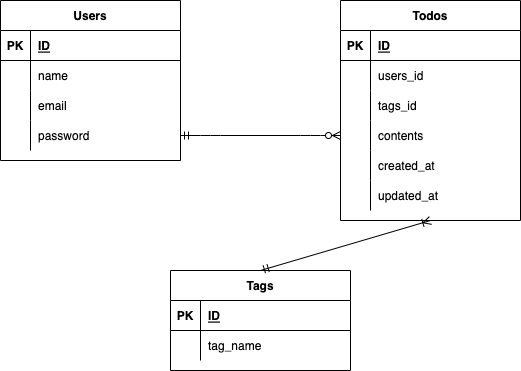
Earlier version of the draw.io export index.drawio.png (kubo-haruka/laravel_test2). Source tidied: cells renumbered, new cells last; positions are measured from the earlier drawing's top-left corner, leaving out a move shared by most shapes.
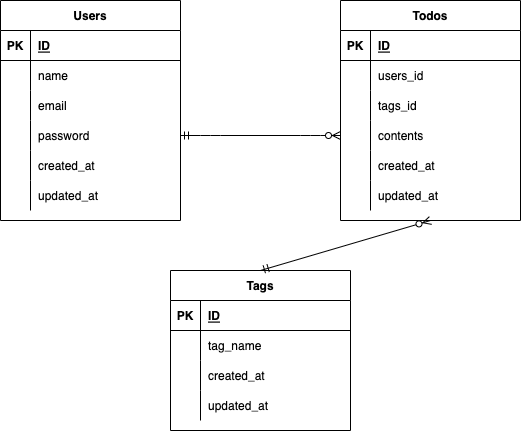
Above is the later version.

Commit message:
作成日_更新日追加

Diff of the diagram source:
```diff
@@ -3,7 +3,7 @@
     <mxCell id="0" />
     <mxCell id="1" parent="0" />
     <mxCell id="2" value="Users" style="shape=table;startSize=30;rowLines=0;fontStyle=1;align=center;" parent="1" vertex="1">
-      <mxGeometry width="180" height="160" as="geometry" />
+      <mxGeometry width="180" height="220" as="geometry" />
     </mxCell>
     <mxCell id="3" style="shape=partialRectangle;fillColor=none;top=0;left=0;bottom=1;right=0;" parent="2" vertex="1">
       <mxGeometry y="30" width="180" height="30" as="geometry" />
@@ -41,6 +41,24 @@
     <mxCell id="14" value="password" style="shape=partialRectangle;fillColor=none;top=0;left=0;bottom=0;right=0;align=left;spacingLeft=6;overflow=hidden;" parent="12" vertex="1">
       <mxGeometry x="30" width="150" height="30" as="geometry" />
     </mxCell>
+    <mxCell id="43" style="shape=partialRectangle;fillColor=none;top=0;left=0;bottom=0;right=0;" parent="2" vertex="1">
+      <mxGeometry y="150" width="180" height="30" as="geometry" />
+    </mxCell>
+    <mxCell id="44" style="shape=partialRectangle;fillColor=none;top=0;left=0;bottom=0;right=0;overflow=hidden;" parent="43" vertex="1">
+      <mxGeometry width="30" height="30" as="geometry" />
+    </mxCell>
+    <mxCell id="45" value="created_at" style="shape=partialRectangle;fillColor=none;top=0;left=0;bottom=0;right=0;align=left;spacingLeft=6;overflow=hidden;" parent="43" vertex="1">
+      <mxGeometry x="30" width="150" height="30" as="geometry" />
+    </mxCell>
+    <mxCell id="46" style="shape=partialRectangle;fillColor=none;top=0;left=0;bottom=0;right=0;" parent="2" vertex="1">
+      <mxGeometry y="180" width="180" height="30" as="geometry" />
+    </mxCell>
+    <mxCell id="47" style="shape=partialRectangle;fillColor=none;top=0;left=0;bottom=0;right=0;overflow=hidden;" parent="46" vertex="1">
+      <mxGeometry width="30" height="30" as="geometry" />
+    </mxCell>
+    <mxCell id="48" value="updated_at" style="shape=partialRectangle;fillColor=none;top=0;left=0;bottom=0;right=0;align=left;spacingLeft=6;overflow=hidden;" parent="46" vertex="1">
+      <mxGeometry x="30" width="150" height="30" as="geometry" />
+    </mxCell>
     <mxCell id="15" value="Todos" style="shape=table;startSize=30;rowLines=0;fontStyle=1;align=center;" parent="1" vertex="1">
       <mxGeometry x="340" width="180" height="220" as="geometry" />
     </mxCell>
@@ -99,7 +117,7 @@
       <mxGeometry x="30" width="150" height="30" as="geometry" />
     </mxCell>
     <mxCell id="34" value="Tags" style="shape=table;startSize=30;rowLines=0;fontStyle=1;align=center;" parent="1" vertex="1">
-      <mxGeometry x="170" y="270" width="180" height="100" as="geometry" />
+      <mxGeometry x="170" y="270" width="180" height="160" as="geometry" />
     </mxCell>
     <mxCell id="35" style="shape=partialRectangle;fillColor=none;top=0;left=0;bottom=1;right=0;" parent="34" vertex="1">
       <mxGeometry y="30" width="180" height="30" as="geometry" />
@@ -119,10 +137,28 @@
     <mxCell id="40" value="tag_name" style="shape=partialRectangle;fillColor=none;top=0;left=0;bottom=0;right=0;align=left;spacingLeft=6;overflow=hidden;" parent="38" vertex="1">
       <mxGeometry x="30" width="150" height="30" as="geometry" />
     </mxCell>
+    <mxCell id="49" style="shape=partialRectangle;fillColor=none;top=0;left=0;bottom=0;right=0;" parent="34" vertex="1">
+      <mxGeometry y="90" width="180" height="30" as="geometry" />
+    </mxCell>
+    <mxCell id="50" style="shape=partialRectangle;fillColor=none;top=0;left=0;bottom=0;right=0;overflow=hidden;" parent="49" vertex="1">
+      <mxGeometry width="30" height="30" as="geometry" />
+    </mxCell>
+    <mxCell id="51" value="created_at" style="shape=partialRectangle;fillColor=none;top=0;left=0;bottom=0;right=0;align=left;spacingLeft=6;overflow=hidden;" parent="49" vertex="1">
+      <mxGeometry x="30" width="150" height="30" as="geometry" />
+    </mxCell>
+    <mxCell id="52" style="shape=partialRectangle;fillColor=none;top=0;left=0;bottom=0;right=0;" parent="34" vertex="1">
+      <mxGeometry y="120" width="180" height="30" as="geometry" />
+    </mxCell>
+    <mxCell id="53" style="shape=partialRectangle;fillColor=none;top=0;left=0;bottom=0;right=0;overflow=hidden;" parent="52" vertex="1">
+      <mxGeometry width="30" height="30" as="geometry" />
+    </mxCell>
+    <mxCell id="54" value="updated_at" style="shape=partialRectangle;fillColor=none;top=0;left=0;bottom=0;right=0;align=left;spacingLeft=6;overflow=hidden;" parent="52" vertex="1">
+      <mxGeometry x="30" width="150" height="30" as="geometry" />
+    </mxCell>
     <mxCell id="41" style="edgeStyle=entityRelationEdgeStyle;fontSize=12;html=1;endArrow=ERzeroToMany;startArrow=ERmandOne;exitX=1;exitY=0.5;exitDx=0;exitDy=0;entryX=0;entryY=0.5;entryDx=0;entryDy=0;" parent="1" edge="1" source="12" target="25">
       <mxGeometry relative="1" as="geometry" />
     </mxCell>
-    <mxCell id="42" style="fontSize=12;html=1;endArrow=ERoneToMany;startArrow=ERmandOne;exitX=0.5;exitY=0;exitDx=0;exitDy=0;entryX=0.5;entryY=1;entryDx=0;entryDy=0;" parent="1" edge="1" source="34" target="15">
+    <mxCell id="42" style="fontSize=12;html=1;endArrow=ERzeroToMany;startArrow=ERmandOne;entryX=0.5;entryY=1;entryDx=0;entryDy=0;exitX=0.5;exitY=0;exitDx=0;exitDy=0;" parent="1" edge="1" source="34" target="15">
       <mxGeometry relative="1" as="geometry" />
     </mxCell>
   </root>
```
